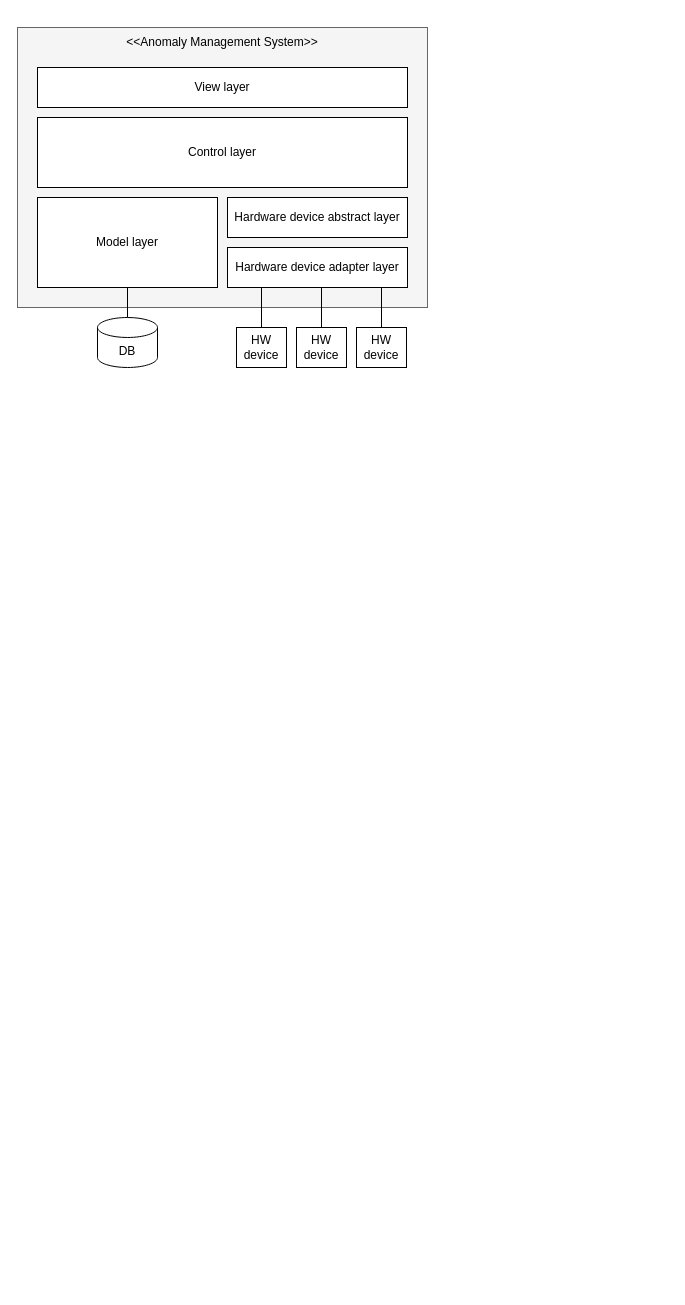
Before: architecture_style.drawio in ShineSoYoung/TEST, a draw.io diagram. Source tidied: cells renumbered, new cells numbered last; positions are measured from the earlier drawing's top-left corner, leaving out a move shared by most shapes. Both pictures are drawn from the tidied source at 100%, with x=0, y=0 at pixel (17, 27).
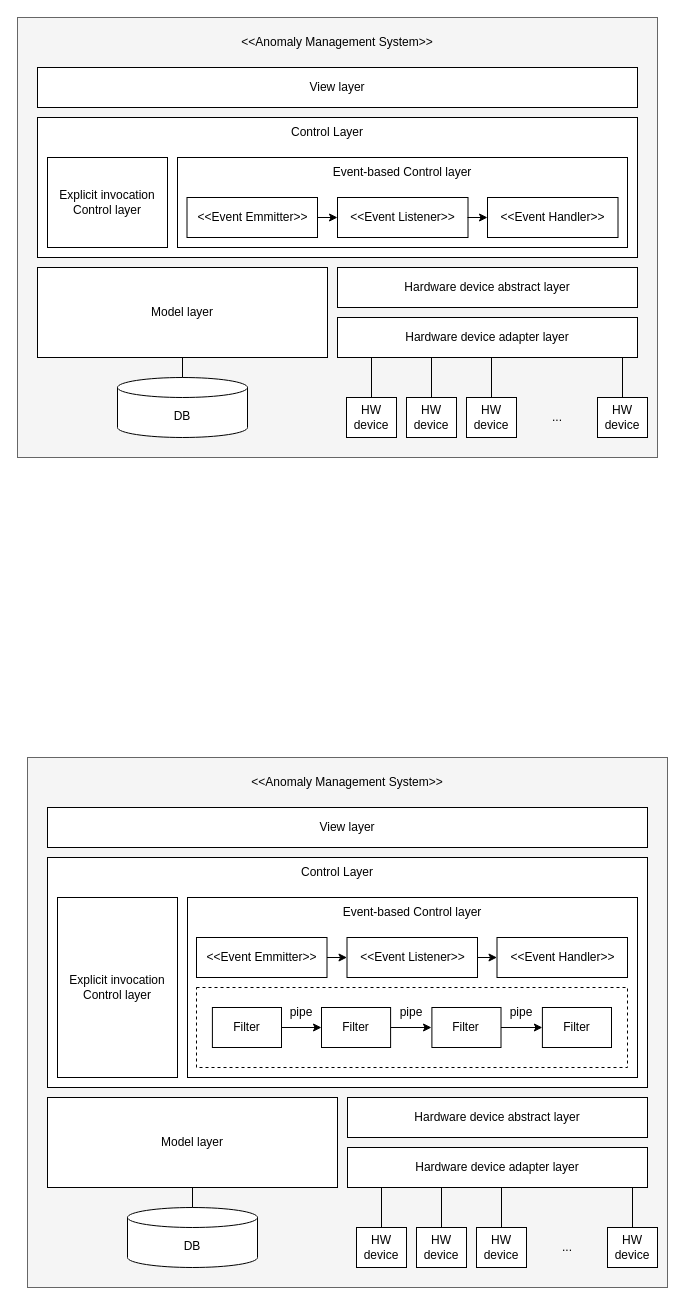
The same diagram, later.

What changed in the source:
```diff
@@
     <mxCell id="2" style="rounded=0;whiteSpace=wrap;html=1;fillColor=#f5f5f5;fontColor=#333333;strokeColor=#666666;" parent="1" vertex="1">
-      <mxGeometry width="410" height="280" as="geometry" />
+      <mxGeometry y="-10" width="640" height="440" as="geometry" />
     </mxCell>
     <mxCell id="3" value="View layer" style="rounded=0;whiteSpace=wrap;html=1;" parent="1" vertex="1">
-      <mxGeometry x="20" y="40" width="370" height="40" as="geometry" />
+      <mxGeometry x="20" y="40" width="600" height="40" as="geometry" />
     </mxCell>
-    <mxCell id="4" value="Control layer" style="rounded=0;whiteSpace=wrap;html=1;" parent="1" vertex="1">
-      <mxGeometry x="20" y="90" width="370" height="70" as="geometry" />
+    <mxCell id="4" style="rounded=0;whiteSpace=wrap;html=1;" parent="1" vertex="1">
+      <mxGeometry x="20" y="90" width="600" height="140" as="geometry" />
     </mxCell>
     <mxCell id="5" value="Model layer" style="rounded=0;whiteSpace=wrap;html=1;" parent="1" vertex="1">
-      <mxGeometry x="20" y="170" width="180" height="90" as="geometry" />
+      <mxGeometry x="20" y="240" width="290" height="90" as="geometry" />
     </mxCell>
     <mxCell id="6" value="Hardware device abstract layer" style="rounded=0;whiteSpace=wrap;html=1;" parent="1" vertex="1">
-      <mxGeometry x="210" y="170" width="180" height="40" as="geometry" />
+      <mxGeometry x="320" y="240" width="300" height="40" as="geometry" />
     </mxCell>
     <mxCell id="7" value="Hardware device adapter layer" style="rounded=0;whiteSpace=wrap;html=1;" parent="1" vertex="1">
-      <mxGeometry x="210" y="220" width="180" height="40" as="geometry" />
+      <mxGeometry x="320" y="290" width="300" height="40" as="geometry" />
     </mxCell>
     <mxCell id="8" value="&amp;lt;&amp;lt;Anomaly Management System&amp;gt;&amp;gt;" style="text;html=1;strokeColor=none;fillColor=none;align=center;verticalAlign=middle;whiteSpace=wrap;rounded=0;" parent="1" vertex="1">
-      <mxGeometry x="80" width="250" height="30" as="geometry" />
+      <mxGeometry x="195" width="250" height="30" as="geometry" />
     </mxCell>
     <mxCell id="9" value="DB" style="shape=cylinder3;whiteSpace=wrap;html=1;boundedLbl=1;backgroundOutline=1;size=10.000030517578125;" parent="1" vertex="1">
-      <mxGeometry x="80" y="290" width="60" height="50" as="geometry" />
+      <mxGeometry x="100" y="350" width="130" height="60" as="geometry" />
     </mxCell>
     <mxCell id="10" value="HW &lt;br&gt;device" style="rounded=0;whiteSpace=wrap;html=1;" parent="1" vertex="1">
-      <mxGeometry x="219" y="300" width="50" height="40" as="geometry" />
+      <mxGeometry x="329" y="370" width="50" height="40" as="geometry" />
     </mxCell>
     <mxCell id="11" style="endArrow=none;html=1;rounded=0;" parent="1" edge="1" source="10">
       <mxGeometry relative="1" as="geometry">
-        <mxPoint x="244" y="260" as="targetPoint" />
+        <mxPoint x="354" y="330" as="targetPoint" />
       </mxGeometry>
     </mxCell>
     <mxCell id="12" value="HW &lt;br&gt;device" style="rounded=0;whiteSpace=wrap;html=1;" parent="1" vertex="1">
-      <mxGeometry x="279" y="300" width="50" height="40" as="geometry" />
+      <mxGeometry x="389" y="370" width="50" height="40" as="geometry" />
     </mxCell>
     <mxCell id="13" style="endArrow=none;html=1;rounded=0;" parent="1" edge="1" source="12">
       <mxGeometry relative="1" as="geometry">
-        <mxPoint x="304" y="260" as="targetPoint" />
+        <mxPoint x="414" y="330" as="targetPoint" />
       </mxGeometry>
     </mxCell>
     <mxCell id="14" value="HW &lt;br&gt;device" style="rounded=0;whiteSpace=wrap;html=1;" parent="1" vertex="1">
-      <mxGeometry x="339" y="300" width="50" height="40" as="geometry" />
+      <mxGeometry x="449" y="370" width="50" height="40" as="geometry" />
     </mxCell>
     <mxCell id="15" style="endArrow=none;html=1;rounded=0;" parent="1" edge="1" source="14">
       <mxGeometry relative="1" as="geometry">
-        <mxPoint x="364" y="260" as="targetPoint" />
+        <mxPoint x="474" y="330" as="targetPoint" />
       </mxGeometry>
     </mxCell>
@@
+    <mxCell id="17" value="Explicit invocation &lt;br&gt;Control layer" style="rounded=0;whiteSpace=wrap;html=1;" parent="1" vertex="1">
+      <mxGeometry x="30" y="130" width="120" height="90" as="geometry" />
+    </mxCell>
+    <mxCell id="18" value="Control Layer" style="text;html=1;strokeColor=none;fillColor=none;align=center;verticalAlign=middle;whiteSpace=wrap;rounded=0;" parent="1" vertex="1">
+      <mxGeometry x="250" y="90" width="120" height="30" as="geometry" />
+    </mxCell>
+    <mxCell id="19" style="rounded=0;whiteSpace=wrap;html=1;" parent="1" vertex="1">
+      <mxGeometry x="160" y="130" width="450" height="90" as="geometry" />
+    </mxCell>
+    <mxCell id="20" value="&amp;lt;&amp;lt;Event Emmitter&amp;gt;&amp;gt;" style="rounded=0;whiteSpace=wrap;html=1;" parent="1" vertex="1">
+      <mxGeometry x="169.5" y="170" width="130.5" height="40" as="geometry" />
+    </mxCell>
+    <mxCell id="21" value="&amp;lt;&amp;lt;Event Listener&amp;gt;&amp;gt;" style="rounded=0;whiteSpace=wrap;html=1;" parent="1" vertex="1">
+      <mxGeometry x="320" y="170" width="130.5" height="40" as="geometry" />
+    </mxCell>
+    <mxCell id="22" value="&amp;lt;&amp;lt;Event Handler&amp;gt;&amp;gt;" style="rounded=0;whiteSpace=wrap;html=1;" parent="1" vertex="1">
+      <mxGeometry x="470" y="170" width="130.5" height="40" as="geometry" />
+    </mxCell>
+    <mxCell id="23" value="Event-based Control layer" style="text;html=1;strokeColor=none;fillColor=none;align=center;verticalAlign=middle;whiteSpace=wrap;rounded=0;" parent="1" vertex="1">
+      <mxGeometry x="295.2" y="130" width="180" height="30" as="geometry" />
+    </mxCell>
+    <mxCell id="24" style="endArrow=classic;html=1;rounded=0;entryX=0;entryY=0.5;entryDx=0;entryDy=0;exitX=1;exitY=0.5;exitDx=0;exitDy=0;" parent="1" edge="1" source="20" target="21">
+      <mxGeometry relative="1" as="geometry" />
+    </mxCell>
+    <mxCell id="25" style="endArrow=classic;html=1;rounded=0;entryX=0;entryY=0.5;entryDx=0;entryDy=0;" parent="1" edge="1" target="22">
+      <mxGeometry relative="1" as="geometry">
+        <mxPoint x="450" y="190" as="sourcePoint" />
+      </mxGeometry>
+    </mxCell>
+    <mxCell id="26" value="HW &lt;br&gt;device" style="rounded=0;whiteSpace=wrap;html=1;" parent="1" vertex="1">
+      <mxGeometry x="580" y="370" width="50" height="40" as="geometry" />
+    </mxCell>
+    <mxCell id="27" style="endArrow=none;html=1;rounded=0;" parent="1" edge="1" source="26">
+      <mxGeometry relative="1" as="geometry">
+        <mxPoint x="605" y="330" as="targetPoint" />
+      </mxGeometry>
+    </mxCell>
+    <mxCell id="28" value="..." style="text;html=1;strokeColor=none;fillColor=none;align=center;verticalAlign=middle;whiteSpace=wrap;rounded=0;" parent="1" vertex="1">
+      <mxGeometry x="510" y="375" width="60" height="30" as="geometry" />
+    </mxCell>
+    <mxCell id="29" style="rounded=0;whiteSpace=wrap;html=1;fillColor=#f5f5f5;fontColor=#333333;strokeColor=#666666;" parent="1" vertex="1">
+      <mxGeometry x="10" y="730" width="640" height="530" as="geometry" />
+    </mxCell>
+    <mxCell id="30" value="View layer" style="rounded=0;whiteSpace=wrap;html=1;" parent="1" vertex="1">
+      <mxGeometry x="30" y="780" width="600" height="40" as="geometry" />
+    </mxCell>
+    <mxCell id="31" style="rounded=0;whiteSpace=wrap;html=1;" parent="1" vertex="1">
+      <mxGeometry x="30" y="830" width="600" height="230" as="geometry" />
+    </mxCell>
+    <mxCell id="32" value="Model layer" style="rounded=0;whiteSpace=wrap;html=1;" parent="1" vertex="1">
+      <mxGeometry x="30" y="1070" width="290" height="90" as="geometry" />
+    </mxCell>
+    <mxCell id="33" value="Hardware device abstract layer" style="rounded=0;whiteSpace=wrap;html=1;" parent="1" vertex="1">
+      <mxGeometry x="330" y="1070" width="300" height="40" as="geometry" />
+    </mxCell>
+    <mxCell id="34" value="Hardware device adapter layer" style="rounded=0;whiteSpace=wrap;html=1;" parent="1" vertex="1">
+      <mxGeometry x="330" y="1120" width="300" height="40" as="geometry" />
+    </mxCell>
+    <mxCell id="35" value="&amp;lt;&amp;lt;Anomaly Management System&amp;gt;&amp;gt;" style="text;html=1;strokeColor=none;fillColor=none;align=center;verticalAlign=middle;whiteSpace=wrap;rounded=0;" parent="1" vertex="1">
+      <mxGeometry x="205" y="740" width="250" height="30" as="geometry" />
+    </mxCell>
+    <mxCell id="36" value="DB" style="shape=cylinder3;whiteSpace=wrap;html=1;boundedLbl=1;backgroundOutline=1;size=10.000030517578125;" parent="1" vertex="1">
+      <mxGeometry x="110" y="1180" width="130" height="60" as="geometry" />
+    </mxCell>
+    <mxCell id="37" value="HW &lt;br&gt;device" style="rounded=0;whiteSpace=wrap;html=1;" parent="1" vertex="1">
+      <mxGeometry x="339" y="1200" width="50" height="40" as="geometry" />
+    </mxCell>
+    <mxCell id="38" style="endArrow=none;html=1;rounded=0;" parent="1" edge="1" source="37">
+      <mxGeometry relative="1" as="geometry">
+        <mxPoint x="364" y="1160" as="targetPoint" />
+      </mxGeometry>
+    </mxCell>
+    <mxCell id="39" value="HW &lt;br&gt;device" style="rounded=0;whiteSpace=wrap;html=1;" parent="1" vertex="1">
+      <mxGeometry x="399" y="1200" width="50" height="40" as="geometry" />
+    </mxCell>
+    <mxCell id="40" style="endArrow=none;html=1;rounded=0;" parent="1" edge="1" source="39">
+      <mxGeometry relative="1" as="geometry">
+        <mxPoint x="424" y="1160" as="targetPoint" />
+      </mxGeometry>
+    </mxCell>
+    <mxCell id="41" value="HW &lt;br&gt;device" style="rounded=0;whiteSpace=wrap;html=1;" parent="1" vertex="1">
+      <mxGeometry x="459" y="1200" width="50" height="40" as="geometry" />
+    </mxCell>
+    <mxCell id="42" style="endArrow=none;html=1;rounded=0;" parent="1" edge="1" source="41">
+      <mxGeometry relative="1" as="geometry">
+        <mxPoint x="484" y="1160" as="targetPoint" />
+      </mxGeometry>
+    </mxCell>
+    <mxCell id="43" style="endArrow=none;html=1;rounded=0;exitX=0.5;exitY=0;exitDx=0;exitDy=0;exitPerimeter=0;entryX=0.5;entryY=1;entryDx=0;entryDy=0;" parent="1" edge="1" source="36" target="32">
+      <mxGeometry relative="1" as="geometry" />
+    </mxCell>
+    <mxCell id="44" value="Explicit invocation &lt;br&gt;Control layer" style="rounded=0;whiteSpace=wrap;html=1;" parent="1" vertex="1">
+      <mxGeometry x="40" y="870" width="120" height="180" as="geometry" />
+    </mxCell>
+    <mxCell id="45" value="Control Layer" style="text;html=1;strokeColor=none;fillColor=none;align=center;verticalAlign=middle;whiteSpace=wrap;rounded=0;" parent="1" vertex="1">
+      <mxGeometry x="260" y="830" width="120" height="30" as="geometry" />
+    </mxCell>
+    <mxCell id="46" style="rounded=0;whiteSpace=wrap;html=1;" parent="1" vertex="1">
+      <mxGeometry x="170" y="870" width="450" height="180" as="geometry" />
+    </mxCell>
+    <mxCell id="47" value="&amp;lt;&amp;lt;Event Emmitter&amp;gt;&amp;gt;" style="rounded=0;whiteSpace=wrap;html=1;" parent="1" vertex="1">
+      <mxGeometry x="179" y="910" width="130.5" height="40" as="geometry" />
+    </mxCell>
+    <mxCell id="48" value="&amp;lt;&amp;lt;Event Listener&amp;gt;&amp;gt;" style="rounded=0;whiteSpace=wrap;html=1;" parent="1" vertex="1">
+      <mxGeometry x="329.5" y="910" width="130.5" height="40" as="geometry" />
+    </mxCell>
+    <mxCell id="49" value="&amp;lt;&amp;lt;Event Handler&amp;gt;&amp;gt;" style="rounded=0;whiteSpace=wrap;html=1;" parent="1" vertex="1">
+      <mxGeometry x="479.5" y="910" width="130.5" height="40" as="geometry" />
+    </mxCell>
+    <mxCell id="50" value="Event-based Control layer" style="text;html=1;strokeColor=none;fillColor=none;align=center;verticalAlign=middle;whiteSpace=wrap;rounded=0;" parent="1" vertex="1">
+      <mxGeometry x="305.2" y="870" width="180" height="30" as="geometry" />
+    </mxCell>
+    <mxCell id="51" style="endArrow=classic;html=1;rounded=0;entryX=0;entryY=0.5;entryDx=0;entryDy=0;exitX=1;exitY=0.5;exitDx=0;exitDy=0;" parent="1" edge="1" source="47" target="48">
+      <mxGeometry relative="1" as="geometry" />
+    </mxCell>
+    <mxCell id="52" style="endArrow=classic;html=1;rounded=0;entryX=0;entryY=0.5;entryDx=0;entryDy=0;" parent="1" edge="1" target="49">
+      <mxGeometry relative="1" as="geometry">
+        <mxPoint x="459.5" y="930" as="sourcePoint" />
+      </mxGeometry>
+    </mxCell>
+    <mxCell id="53" value="HW &lt;br&gt;device" style="rounded=0;whiteSpace=wrap;html=1;" parent="1" vertex="1">
+      <mxGeometry x="590" y="1200" width="50" height="40" as="geometry" />
+    </mxCell>
+    <mxCell id="54" style="endArrow=none;html=1;rounded=0;" parent="1" edge="1" source="53">
+      <mxGeometry relative="1" as="geometry">
+        <mxPoint x="615" y="1160" as="targetPoint" />
+      </mxGeometry>
+    </mxCell>
+    <mxCell id="55" value="..." style="text;html=1;strokeColor=none;fillColor=none;align=center;verticalAlign=middle;whiteSpace=wrap;rounded=0;" parent="1" vertex="1">
+      <mxGeometry x="520" y="1205" width="60" height="30" as="geometry" />
+    </mxCell>
+    <mxCell id="56" style="rounded=0;whiteSpace=wrap;html=1;dashed=1;" parent="1" vertex="1">
+      <mxGeometry x="179" y="960" width="431" height="80" as="geometry" />
+    </mxCell>
+    <mxCell id="57" value="Filter" style="rounded=0;whiteSpace=wrap;html=1;" parent="1" vertex="1">
+      <mxGeometry x="194.9" y="980" width="69.1" height="40" as="geometry" />
+    </mxCell>
+    <mxCell id="58" style="endArrow=classic;html=1;rounded=0;entryX=0;entryY=0.5;entryDx=0;entryDy=0;exitX=1;exitY=0.5;exitDx=0;exitDy=0;" parent="1" edge="1" source="57" target="62">
+      <mxGeometry relative="1" as="geometry" />
+    </mxCell>
+    <mxCell id="59" style="endArrow=classic;html=1;rounded=0;" parent="1" edge="1" source="62">
+      <mxGeometry relative="1" as="geometry">
+        <mxPoint x="414" y="1000" as="targetPoint" />
+      </mxGeometry>
+    </mxCell>
+    <mxCell id="60" style="endArrow=classic;html=1;rounded=0;entryX=0;entryY=0.5;entryDx=0;entryDy=0;" parent="1" edge="1" source="63" target="64">
+      <mxGeometry relative="1" as="geometry" />
+    </mxCell>
+    <mxCell id="61" value="pipe" style="text;html=1;strokeColor=none;fillColor=none;align=center;verticalAlign=middle;whiteSpace=wrap;rounded=0;" parent="1" vertex="1">
+      <mxGeometry x="264" y="970" width="40.4" height="30" as="geometry" />
+    </mxCell>
+    <mxCell id="62" value="Filter" style="rounded=0;whiteSpace=wrap;html=1;" parent="1" vertex="1">
+      <mxGeometry x="304" y="980" width="69.1" height="40" as="geometry" />
+    </mxCell>
+    <mxCell id="63" value="Filter" style="rounded=0;whiteSpace=wrap;html=1;" parent="1" vertex="1">
+      <mxGeometry x="414.4" y="980" width="69.1" height="40" as="geometry" />
+    </mxCell>
+    <mxCell id="64" value="Filter" style="rounded=0;whiteSpace=wrap;html=1;" parent="1" vertex="1">
+      <mxGeometry x="524.9" y="980" width="69.1" height="40" as="geometry" />
+    </mxCell>
+    <mxCell id="65" value="pipe" style="text;html=1;strokeColor=none;fillColor=none;align=center;verticalAlign=middle;whiteSpace=wrap;rounded=0;" parent="1" vertex="1">
+      <mxGeometry x="374" y="970" width="40.4" height="30" as="geometry" />
+    </mxCell>
+    <mxCell id="66" value="pipe" style="text;html=1;strokeColor=none;fillColor=none;align=center;verticalAlign=middle;whiteSpace=wrap;rounded=0;" parent="1" vertex="1">
+      <mxGeometry x="483.5" y="970" width="40.4" height="30" as="geometry" />
+    </mxCell>
```
